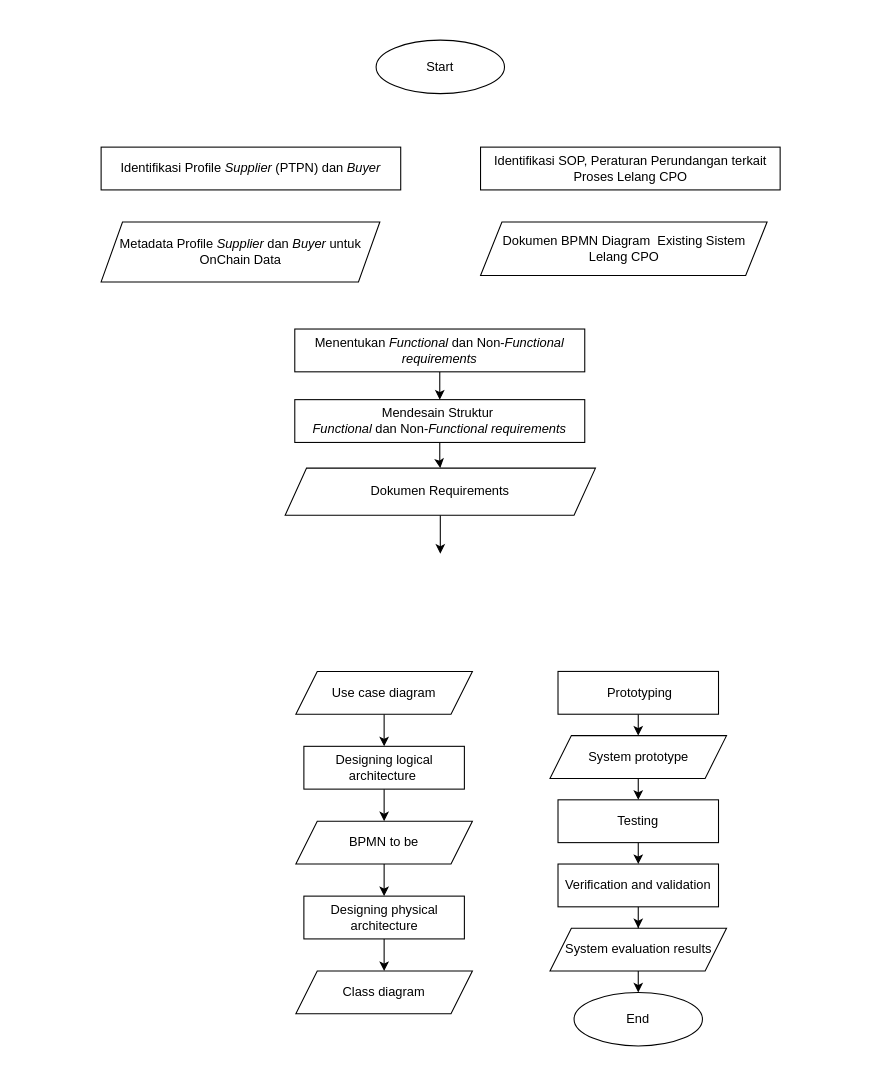
Earlier version of the draw.io diagram Method BPDPKS New.drawio (ariesharry/Diagrams). Source tidied: cells renumbered, new cells numbered last; positions are measured from the earlier drawing's top-left corner, leaving out a move shared by most shapes. Both pictures are drawn from the tidied source at 107%, with x=0, y=0 at pixel (101, 40).
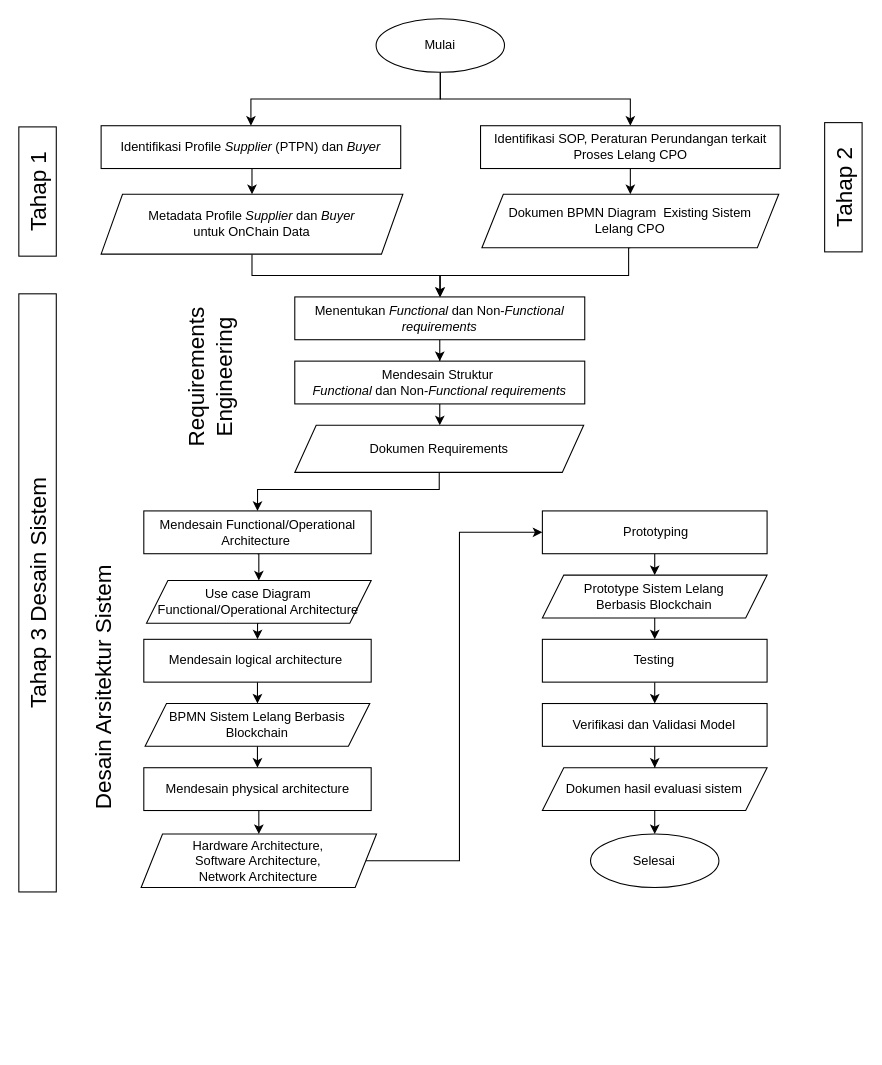
Above is the later version.

The edit, as a diff of the source:
```diff
@@
+    <mxCell id="33" style="edgeStyle=orthogonalEdgeStyle;rounded=0;jettySize=auto;html=1;exitX=0.5;exitY=1;exitDx=0;exitDy=0;" parent="1" edge="1" source="2" target="29">
+      <mxGeometry relative="1" as="geometry" />
+    </mxCell>
+    <mxCell id="34" style="edgeStyle=orthogonalEdgeStyle;rounded=0;jettySize=auto;html=1;exitX=0.5;exitY=1;exitDx=0;exitDy=0;" parent="1" edge="1" source="2" target="31">
+      <mxGeometry relative="1" as="geometry" />
+    </mxCell>
-    <mxCell id="2" value="Start" style="ellipse;whiteSpace=wrap;html=1;" parent="1" vertex="1">
-      <mxGeometry x="257" width="120" height="50" as="geometry" />
+    <mxCell id="2" value="Mulai" style="ellipse;whiteSpace=wrap;html=1;" parent="1" vertex="1">
+      <mxGeometry x="257" y="-20" width="120" height="50" as="geometry" />
     </mxCell>
-    <mxCell id="3" value="End" style="ellipse;whiteSpace=wrap;html=1;" parent="1" vertex="1">
-      <mxGeometry x="442" y="890" width="120" height="50" as="geometry" />
+    <mxCell id="3" value="Selesai" style="ellipse;whiteSpace=wrap;html=1;" parent="1" vertex="1">
+      <mxGeometry x="457.4" y="742" width="120" height="50" as="geometry" />
     </mxCell>
@@
     <mxCell id="5" value="&lt;span lang=&quot;EN-US&quot;&gt;Menentukan &lt;i&gt;Functional &lt;/i&gt;dan Non-&lt;i&gt;Functional&lt;/i&gt; &lt;i&gt;requirements&lt;/i&gt;&lt;/span&gt;" style="rounded=0;whiteSpace=wrap;html=1;" parent="1" vertex="1">
-      <mxGeometry x="181" y="270" width="271" height="40" as="geometry" />
+      <mxGeometry x="181" y="240" width="271" height="40" as="geometry" />
     </mxCell>
-    <mxCell id="6" style="edgeStyle=orthogonalEdgeStyle;rounded=0;jettySize=auto;html=1;exitX=0.5;exitY=1;exitDx=0;exitDy=0;entryX=0.5;entryY=0;entryDx=0;entryDy=0;" parent="1" edge="1" source="7" target="26">
-      <mxGeometry relative="1" as="geometry" />
-    </mxCell>
-    <mxCell id="7" value="Use case diagram" style="shape=parallelogram;perimeter=parallelogramPerimeter;whiteSpace=wrap;html=1;fixedSize=1;" parent="1" vertex="1">
-      <mxGeometry x="182" y="590" width="165" height="40" as="geometry" />
-    </mxCell>
-    <mxCell id="8" style="edgeStyle=orthogonalEdgeStyle;rounded=0;jettySize=auto;html=1;exitX=0.5;exitY=1;exitDx=0;exitDy=0;entryX=0.5;entryY=0;entryDx=0;entryDy=0;" parent="1" edge="1" source="9" target="11">
+    <mxCell id="8" style="edgeStyle=orthogonalEdgeStyle;rounded=0;jettySize=auto;html=1;exitX=0.5;exitY=1;exitDx=0;exitDy=0;" parent="1" edge="1" source="9" target="11">
       <mxGeometry relative="1" as="geometry" />
     </mxCell>
-    <mxCell id="9" value="BPMN to be" style="shape=parallelogram;perimeter=parallelogramPerimeter;whiteSpace=wrap;html=1;fixedSize=1;" parent="1" vertex="1">
-      <mxGeometry x="182" y="730" width="165" height="40" as="geometry" />
+    <mxCell id="9" value="BPMN Sistem Lelang Berbasis Blockchain" style="shape=parallelogram;perimeter=parallelogramPerimeter;whiteSpace=wrap;html=1;fixedSize=1;" parent="1" vertex="1">
+      <mxGeometry x="41.1" y="620" width="210" height="40" as="geometry" />
     </mxCell>
@@
-    <mxCell id="11" value="Designing physical architecture" style="rounded=0;whiteSpace=wrap;html=1;" parent="1" vertex="1">
-      <mxGeometry x="189.5" y="800" width="150" height="40" as="geometry" />
+    <mxCell id="11" value="Mendesain physical architecture" style="rounded=0;whiteSpace=wrap;html=1;" parent="1" vertex="1">
+      <mxGeometry x="39.9" y="680" width="212.5" height="40" as="geometry" />
     </mxCell>
+    <mxCell id="35" style="edgeStyle=orthogonalEdgeStyle;rounded=0;jettySize=auto;html=1;exitX=1;exitY=0.5;exitDx=0;exitDy=0;entryX=0;entryY=0.5;entryDx=0;entryDy=0;" parent="1" edge="1" source="12" target="14">
+      <mxGeometry relative="1" as="geometry" />
+    </mxCell>
-    <mxCell id="12" value="Class diagram" style="shape=parallelogram;perimeter=parallelogramPerimeter;whiteSpace=wrap;html=1;fixedSize=1;" parent="1" vertex="1">
-      <mxGeometry x="182" y="870" width="165" height="40" as="geometry" />
+    <mxCell id="12" value="Hardware Architecture,&lt;br&gt;Software Architecture,&lt;br&gt;Network Architecture" style="shape=parallelogram;perimeter=parallelogramPerimeter;whiteSpace=wrap;html=1;fixedSize=1;" parent="1" vertex="1">
+      <mxGeometry x="37.4" y="742" width="220" height="50" as="geometry" />
     </mxCell>
@@
     <mxCell id="14" value="&amp;nbsp;Prototyping" style="rounded=0;whiteSpace=wrap;html=1;" parent="1" vertex="1">
-      <mxGeometry x="427" y="590" width="150" height="40" as="geometry" />
+      <mxGeometry x="412.4" y="440" width="210" height="40" as="geometry" />
     </mxCell>
@@
-    <mxCell id="16" value="System prototype" style="shape=parallelogram;perimeter=parallelogramPerimeter;whiteSpace=wrap;html=1;fixedSize=1;" parent="1" vertex="1">
-      <mxGeometry x="419.5" y="650" width="165" height="40" as="geometry" />
+    <mxCell id="16" value="Prototype Sistem Lelang &lt;br&gt;Berbasis Blockchain" style="shape=parallelogram;perimeter=parallelogramPerimeter;whiteSpace=wrap;html=1;fixedSize=1;" parent="1" vertex="1">
+      <mxGeometry x="412.4" y="500" width="210" height="40" as="geometry" />
     </mxCell>
@@
     <mxCell id="18" value="Testing" style="rounded=0;whiteSpace=wrap;html=1;" parent="1" vertex="1">
-      <mxGeometry x="427" y="710" width="150" height="40" as="geometry" />
+      <mxGeometry x="412.4" y="560" width="210" height="40" as="geometry" />
     </mxCell>
@@
-    <mxCell id="20" value="System evaluation results" style="shape=parallelogram;perimeter=parallelogramPerimeter;whiteSpace=wrap;html=1;fixedSize=1;" parent="1" vertex="1">
-      <mxGeometry x="419.5" y="830" width="165" height="40" as="geometry" />
+    <mxCell id="20" value="Dokumen hasil evaluasi sistem" style="shape=parallelogram;perimeter=parallelogramPerimeter;whiteSpace=wrap;html=1;fixedSize=1;" parent="1" vertex="1">
+      <mxGeometry x="412.4" y="680" width="210" height="40" as="geometry" />
     </mxCell>
     <mxCell id="21" style="edgeStyle=orthogonalEdgeStyle;rounded=0;jettySize=auto;html=1;exitX=0.5;exitY=1;exitDx=0;exitDy=0;" parent="1" edge="1" source="22" target="24">
-      <mxGeometry relative="1" as="geometry" />
+      <mxGeometry relative="1" as="geometry">
+        <Array as="points">
+          <mxPoint x="317" y="380" />
+          <mxPoint x="317" y="380" />
+        </Array>
+      </mxGeometry>
     </mxCell>
     <mxCell id="22" value="&lt;span lang=&quot;EN-US&quot;&gt;Mendesain Struktur&amp;nbsp;&lt;br&gt;&lt;i style=&quot;border-color: var(--border-color);&quot;&gt;Functional&amp;nbsp;&lt;/i&gt;dan Non-&lt;i style=&quot;border-color: var(--border-color);&quot;&gt;Functional&lt;/i&gt;&amp;nbsp;&lt;i style=&quot;border-color: var(--border-color);&quot;&gt;requirements&lt;/i&gt;&lt;br&gt;&lt;/span&gt;" style="rounded=0;whiteSpace=wrap;html=1;" parent="1" vertex="1">
-      <mxGeometry x="181" y="336" width="271" height="40" as="geometry" />
+      <mxGeometry x="181" y="300" width="271" height="40" as="geometry" />
     </mxCell>
-    <mxCell id="23" style="edgeStyle=orthogonalEdgeStyle;rounded=0;jettySize=auto;html=1;exitX=0.5;exitY=1;exitDx=0;exitDy=0;entryX=0.5;entryY=0;entryDx=0;entryDy=0;" parent="1" edge="1" source="24">
-      <mxGeometry relative="1" as="geometry">
-        <mxPoint x="317" y="480" as="targetPoint" />
-      </mxGeometry>
-    </mxCell>
+    <mxCell id="36" style="edgeStyle=orthogonalEdgeStyle;rounded=0;jettySize=auto;html=1;exitX=0.5;exitY=1;exitDx=0;exitDy=0;entryX=0.5;entryY=0;entryDx=0;entryDy=0;" parent="1" edge="1" source="24" target="44">
+      <mxGeometry relative="1" as="geometry">
+        <Array as="points">
+          <mxPoint x="316" y="420" />
+          <mxPoint x="146" y="420" />
+        </Array>
+      </mxGeometry>
+    </mxCell>
     <mxCell id="24" value="&lt;div&gt;&lt;br&gt;&lt;/div&gt;&lt;div&gt;Dokumen Requirements&lt;/div&gt;&lt;div&gt;&lt;br&gt;&lt;/div&gt;" style="shape=parallelogram;perimeter=parallelogramPerimeter;whiteSpace=wrap;html=1;fixedSize=1;" parent="1" vertex="1">
-      <mxGeometry x="172" y="400" width="290" height="44" as="geometry" />
+      <mxGeometry x="181" y="360" width="270" height="44" as="geometry" />
     </mxCell>
-    <mxCell id="25" style="edgeStyle=orthogonalEdgeStyle;rounded=0;jettySize=auto;html=1;exitX=0.5;exitY=1;exitDx=0;exitDy=0;" parent="1" edge="1" source="26" target="9">
+    <mxCell id="25" style="edgeStyle=orthogonalEdgeStyle;rounded=0;jettySize=auto;html=1;exitX=0.5;exitY=1;exitDx=0;exitDy=0;entryX=0.5;entryY=0;entryDx=0;entryDy=0;" parent="1" edge="1" source="26" target="9">
       <mxGeometry relative="1" as="geometry" />
     </mxCell>
-    <mxCell id="26" value="Designing logical architecture&amp;nbsp;" style="rounded=0;whiteSpace=wrap;html=1;" parent="1" vertex="1">
-      <mxGeometry x="189.5" y="660" width="150" height="40" as="geometry" />
+    <mxCell id="26" value="Mendesain logical architecture&amp;nbsp;" style="rounded=0;whiteSpace=wrap;html=1;" parent="1" vertex="1">
+      <mxGeometry x="39.9" y="560" width="212.5" height="40" as="geometry" />
     </mxCell>
@@
-    <mxCell id="28" value="Verification and validation" style="rounded=0;whiteSpace=wrap;html=1;" parent="1" vertex="1">
-      <mxGeometry x="427" y="770" width="150" height="40" as="geometry" />
+    <mxCell id="28" value="Verifikasi dan Validasi Model" style="rounded=0;whiteSpace=wrap;html=1;" parent="1" vertex="1">
+      <mxGeometry x="412.4" y="620" width="210" height="40" as="geometry" />
     </mxCell>
+    <mxCell id="37" style="edgeStyle=orthogonalEdgeStyle;rounded=0;jettySize=auto;html=1;exitX=0.5;exitY=1;exitDx=0;exitDy=0;entryX=0.5;entryY=0;entryDx=0;entryDy=0;" parent="1" edge="1" source="29" target="30">
+      <mxGeometry relative="1" as="geometry" />
+    </mxCell>
     <mxCell id="29" value="Identifikasi Profile &lt;i&gt;Supplier &lt;/i&gt;(PTPN) dan &lt;i&gt;Buyer&lt;/i&gt;" style="rounded=0;whiteSpace=wrap;html=1;" parent="1" vertex="1">
-      <mxGeometry y="100" width="280" height="40" as="geometry" />
+      <mxGeometry y="80" width="280" height="40" as="geometry" />
     </mxCell>
+    <mxCell id="38" style="edgeStyle=orthogonalEdgeStyle;rounded=0;jettySize=auto;html=1;exitX=0.5;exitY=1;exitDx=0;exitDy=0;" parent="1" edge="1" source="30" target="5">
+      <mxGeometry relative="1" as="geometry">
+        <Array as="points">
+          <mxPoint x="141" y="220" />
+          <mxPoint x="317" y="220" />
+        </Array>
+      </mxGeometry>
+    </mxCell>
-    <mxCell id="30" value="Metadata Profile &lt;i&gt;Supplier &lt;/i&gt;dan &lt;i&gt;Buyer &lt;/i&gt;untuk OnChain Data" style="shape=parallelogram;perimeter=parallelogramPerimeter;whiteSpace=wrap;html=1;fixedSize=1;" parent="1" vertex="1">
-      <mxGeometry y="170" width="260.5" height="56" as="geometry" />
+    <mxCell id="30" value="Metadata Profile &lt;i&gt;Supplier &lt;/i&gt;dan &lt;i&gt;Buyer&lt;br&gt;&lt;/i&gt;untuk OnChain Data" style="shape=parallelogram;perimeter=parallelogramPerimeter;whiteSpace=wrap;html=1;fixedSize=1;" parent="1" vertex="1">
+      <mxGeometry y="144" width="282" height="56" as="geometry" />
     </mxCell>
+    <mxCell id="39" style="edgeStyle=orthogonalEdgeStyle;rounded=0;jettySize=auto;html=1;exitX=0.5;exitY=1;exitDx=0;exitDy=0;entryX=0.5;entryY=0;entryDx=0;entryDy=0;" parent="1" edge="1" source="31" target="32">
+      <mxGeometry relative="1" as="geometry" />
+    </mxCell>
     <mxCell id="31" value="Identifikasi SOP, Peraturan Perundangan terkait Proses Lelang CPO" style="rounded=0;whiteSpace=wrap;html=1;" parent="1" vertex="1">
-      <mxGeometry x="354.6" y="100" width="280" height="40" as="geometry" />
+      <mxGeometry x="354.6" y="80" width="280" height="40" as="geometry" />
     </mxCell>
+    <mxCell id="40" style="edgeStyle=orthogonalEdgeStyle;rounded=0;jettySize=auto;html=1;exitX=0.5;exitY=1;exitDx=0;exitDy=0;entryX=0.5;entryY=0;entryDx=0;entryDy=0;" parent="1" edge="1" source="32" target="5">
+      <mxGeometry relative="1" as="geometry">
+        <Array as="points">
+          <mxPoint x="493" y="220" />
+          <mxPoint x="317" y="220" />
+        </Array>
+      </mxGeometry>
+    </mxCell>
-    <mxCell id="32" value="Dokumen BPMN Diagram&amp;nbsp; Existing Sistem Lelang CPO" style="shape=parallelogram;perimeter=parallelogramPerimeter;whiteSpace=wrap;html=1;fixedSize=1;" parent="1" vertex="1">
-      <mxGeometry x="354.6" y="170" width="267.8" height="50" as="geometry" />
+    <mxCell id="32" value="Dokumen BPMN Diagram&amp;nbsp; Existing Sistem&lt;br&gt;Lelang CPO" style="shape=parallelogram;perimeter=parallelogramPerimeter;whiteSpace=wrap;html=1;fixedSize=1;" parent="1" vertex="1">
+      <mxGeometry x="355.9" y="144" width="277.4" height="50" as="geometry" />
     </mxCell>
+    <mxCell id="41" style="edgeStyle=orthogonalEdgeStyle;rounded=0;jettySize=auto;html=1;exitX=0.5;exitY=1;exitDx=0;exitDy=0;entryX=0.5;entryY=0;entryDx=0;entryDy=0;" parent="1" edge="1" source="42" target="26">
+      <mxGeometry relative="1" as="geometry" />
+    </mxCell>
+    <mxCell id="42" value="Use case Diagram Functional/Operational Architecture" style="shape=parallelogram;perimeter=parallelogramPerimeter;whiteSpace=wrap;html=1;fixedSize=1;" parent="1" vertex="1">
+      <mxGeometry x="42.4" y="505" width="210" height="40" as="geometry" />
+    </mxCell>
+    <mxCell id="43" style="edgeStyle=orthogonalEdgeStyle;rounded=0;jettySize=auto;html=1;exitX=0.5;exitY=1;exitDx=0;exitDy=0;entryX=0.5;entryY=0;entryDx=0;entryDy=0;" parent="1" edge="1" source="44" target="42">
+      <mxGeometry relative="1" as="geometry" />
+    </mxCell>
+    <mxCell id="44" value="Mendesain Functional/Operational Architecture&amp;nbsp;" style="rounded=0;whiteSpace=wrap;html=1;" parent="1" vertex="1">
+      <mxGeometry x="39.9" y="440" width="212.5" height="40" as="geometry" />
+    </mxCell>
+    <mxCell id="45" value="Tahap 1" style="rounded=0;whiteSpace=wrap;html=1;fontSize=21;rotation=-90;" parent="1" vertex="1">
+      <mxGeometry x="-119.8" y="124" width="120.8" height="35" as="geometry" />
+    </mxCell>
+    <mxCell id="46" value="Requirements Engineering" style="text;html=1;strokeColor=none;fillColor=none;align=center;verticalAlign=middle;whiteSpace=wrap;rounded=0;rotation=-90;fontStyle=0;fontSize=21;" parent="1" vertex="1">
+      <mxGeometry x="12" y="300" width="180" height="30" as="geometry" />
+    </mxCell>
+    <mxCell id="47" value="Tahap 2" style="rounded=0;whiteSpace=wrap;html=1;fontSize=21;rotation=-90;" parent="1" vertex="1">
+      <mxGeometry x="633.3" y="120" width="120.8" height="35" as="geometry" />
+    </mxCell>
+    <mxCell id="48" value="Tahap 3 Desain Sistem" style="rounded=0;whiteSpace=wrap;html=1;fontSize=21;rotation=-90;" parent="1" vertex="1">
+      <mxGeometry x="-338.9" y="499.1" width="559" height="35" as="geometry" />
+    </mxCell>
+    <mxCell id="49" value="Desain Arsitektur Sistem" style="text;html=1;strokeColor=none;fillColor=none;align=center;verticalAlign=middle;whiteSpace=wrap;rounded=0;rotation=-90;fontStyle=0;fontSize=21;" parent="1" vertex="1">
+      <mxGeometry x="-148" y="590" width="300" height="30" as="geometry" />
+    </mxCell>
```
